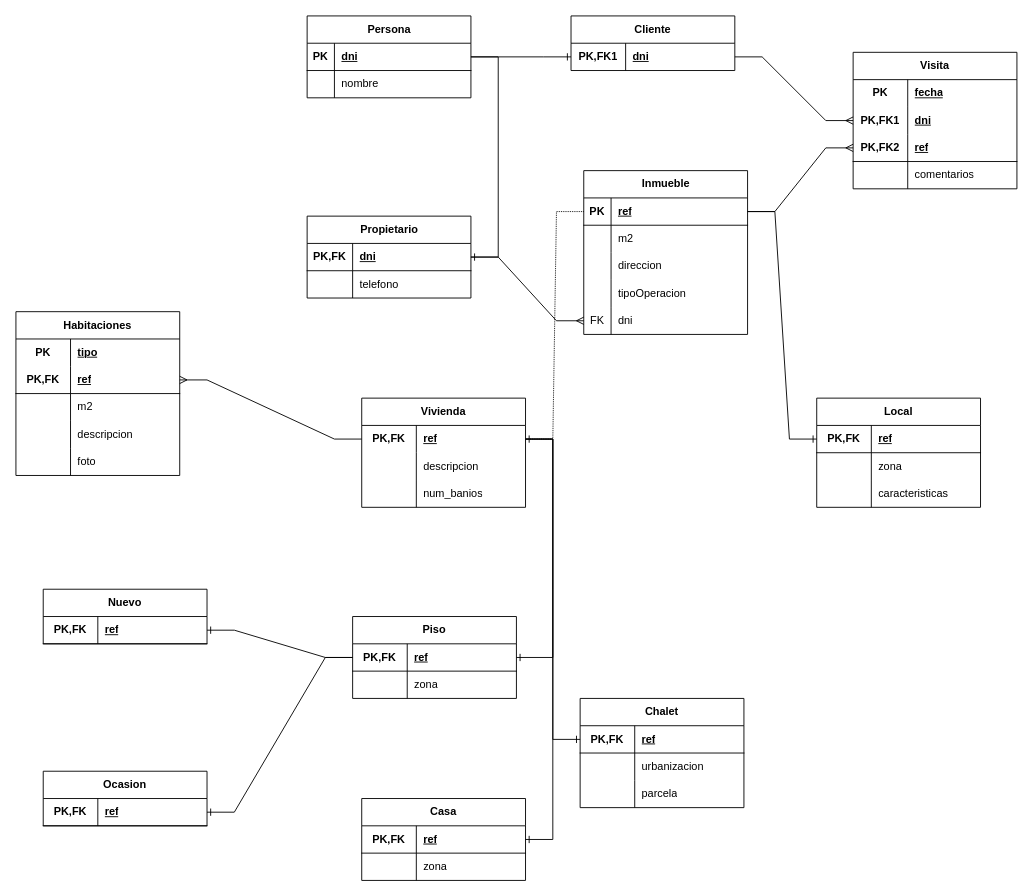
Before: Base de Datos/UD7/DIAGRAMAS/Ejercicio6.drawio in GonzalezCortesSergio/Sergio_Gonzalez_Cortes, a draw.io diagram. Source tidied: cells renumbered, new cells numbered last; positions are measured from the earlier drawing's top-left corner, leaving out a move shared by most shapes. Both pictures are drawn from the tidied source at 91%, with x=0, y=0 at pixel (15, 15).
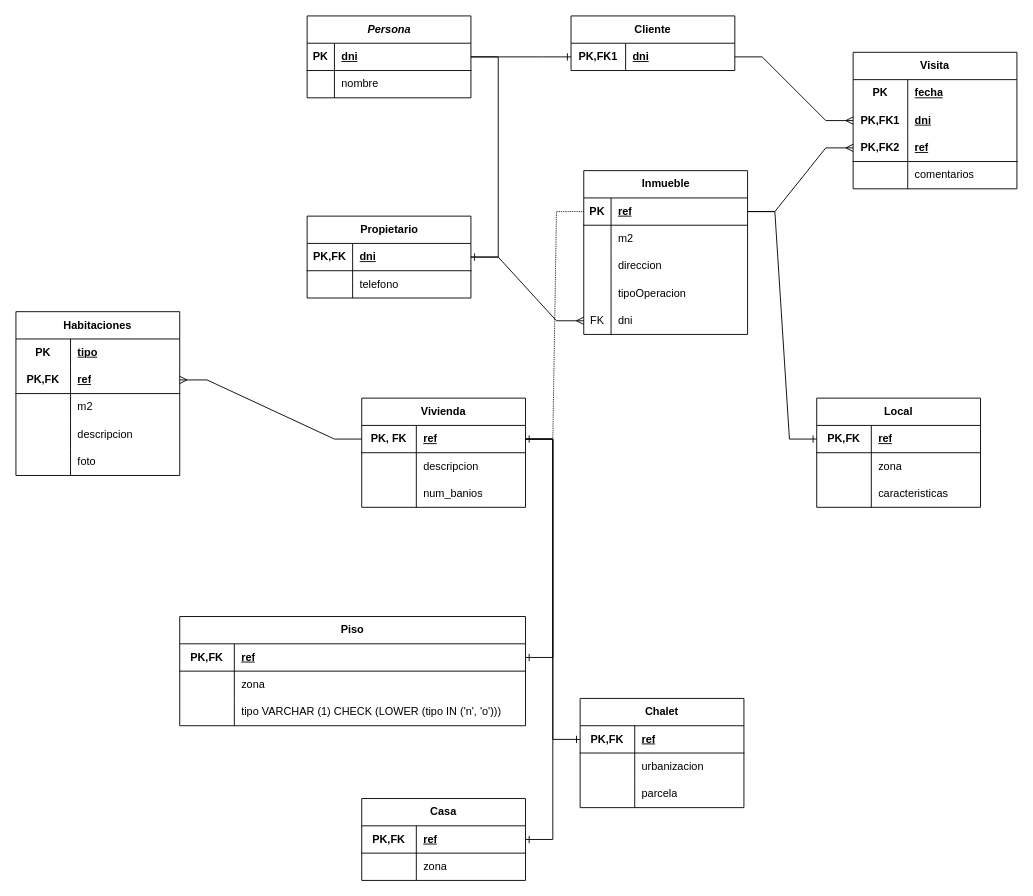
Above is the later version.

Commit message (it also covers changes not shown here):
Arreglitos en los diagramas del ejercicio 6 de BDD y examen de entornos de desarrollo UD4

The change refers to these unchanged cells:
```xml
<mxCell id="23" style="shape=tableRow;horizontal=0;startSize=0;swimlaneHead=0;swimlaneBody=0;fillColor=none;points=[[0,0.5],[1,0.5]];portConstraint=eastwest;top=0;left=0;right=0;bottom=1;" parent="22" vertex="1">
  <mxGeometry y="30" width="180" height="30" as="geometry" />
</mxCell>
<mxCell id="54" value="Vivienda" style="shape=table;startSize=30;childLayout=tableLayout;rowLines=0;fontStyle=1;align=center;html=1;whiteSpace=wrap;" parent="1" vertex="1">
  <mxGeometry x="380" y="420" width="180" height="120" as="geometry" />
</mxCell>
<mxCell id="80" style="shape=tableRow;horizontal=0;startSize=0;swimlaneHead=0;swimlaneBody=0;fillColor=none;points=[[0,0.5],[1,0.5]];portConstraint=eastwest;top=0;left=0;right=0;bottom=1;html=1;" parent="76" vertex="1">
  <mxGeometry y="60" width="180" height="30" as="geometry" />
</mxCell>
<mxCell id="101" style="shape=tableRow;horizontal=0;startSize=0;swimlaneHead=0;swimlaneBody=0;fillColor=none;points=[[0,0.5],[1,0.5]];portConstraint=eastwest;top=0;left=0;right=0;bottom=1;html=1;" parent="100" vertex="1">
  <mxGeometry y="30" width="180" height="30" as="geometry" />
</mxCell>
<mxCell id="108" style="shape=tableRow;horizontal=0;startSize=0;swimlaneHead=0;swimlaneBody=0;fillColor=none;points=[[0,0.5],[1,0.5]];portConstraint=eastwest;top=0;left=0;right=0;bottom=1;html=1;" parent="107" vertex="1">
  <mxGeometry y="30" width="180" height="30" as="geometry" />
</mxCell>
```

The edit, as a diff of the source:
```diff
@@
-    <mxCell id="2" value="Persona" style="shape=table;startSize=30;childLayout=tableLayout;rowLines=0;fontStyle=1;align=center;html=1;" parent="1" vertex="1">
+    <mxCell id="2" value="&lt;i&gt;Persona&lt;/i&gt;" style="shape=table;startSize=30;childLayout=tableLayout;rowLines=0;fontStyle=1;align=center;html=1;" parent="1" vertex="1">
       <mxGeometry x="320" width="180" height="90" as="geometry" />
     </mxCell>
@@
-    <mxCell id="55" style="shape=tableRow;horizontal=0;startSize=0;swimlaneHead=0;swimlaneBody=0;fillColor=none;points=[[0,0.5],[1,0.5]];portConstraint=eastwest;top=0;left=0;right=0;bottom=0;html=1;swimlaneLine=1;swimlaneFillColor=none;strokeColor=default;" parent="54" vertex="1">
-      <mxGeometry y="30" width="180" height="30" as="geometry" />
-    </mxCell>
-    <mxCell id="56" value="PK,FK" style="shape=partialRectangle;fillColor=none;top=0;left=0;bottom=0;right=0;fontStyle=1;overflow=hidden;html=1;whiteSpace=wrap;" parent="55" vertex="1">
-      <mxGeometry width="60" height="30" as="geometry" />
-    </mxCell>
-    <mxCell id="57" value="ref" style="shape=partialRectangle;fillColor=none;top=0;left=0;bottom=0;right=0;align=left;spacingLeft=6;fontStyle=5;overflow=hidden;html=1;whiteSpace=wrap;" parent="55" vertex="1">
-      <mxGeometry x="60" width="120" height="30" as="geometry" />
-    </mxCell>
+    <mxCell id="130" style="shape=tableRow;horizontal=0;startSize=0;swimlaneHead=0;swimlaneBody=0;fillColor=none;points=[[0,0.5],[1,0.5]];portConstraint=eastwest;top=0;left=0;right=0;bottom=1;" parent="54" vertex="1">
+      <mxGeometry y="30" width="180" height="30" as="geometry" />
+    </mxCell>
+    <mxCell id="131" value="PK, FK" style="shape=partialRectangle;fillColor=none;top=0;left=0;bottom=0;right=0;fontStyle=1;overflow=hidden;whiteSpace=wrap;html=1;" parent="130" vertex="1">
+      <mxGeometry width="60" height="30" as="geometry" />
+    </mxCell>
+    <mxCell id="132" value="ref" style="shape=partialRectangle;fillColor=none;top=0;left=0;bottom=0;right=0;align=left;spacingLeft=6;fontStyle=5;overflow=hidden;whiteSpace=wrap;html=1;" parent="130" vertex="1">
+      <mxGeometry x="60" width="120" height="30" as="geometry" />
+    </mxCell>
@@
-    <mxCell id="74" style="edgeStyle=entityRelationEdgeStyle;fontSize=12;html=1;endArrow=ERone;endFill=1;rounded=0;dashed=1;dashPattern=1 1;" parent="1" edge="1" source="23" target="55">
+    <mxCell id="74" style="edgeStyle=entityRelationEdgeStyle;fontSize=12;html=1;endArrow=ERone;endFill=1;rounded=0;dashed=1;dashPattern=1 1;" parent="1" edge="1" source="23" target="130">
       <mxGeometry relative="1" as="geometry" />
     </mxCell>
@@
-    <mxCell id="92" style="edgeStyle=entityRelationEdgeStyle;fontSize=12;html=1;endArrow=ERmany;rounded=0;" parent="1" edge="1" source="55" target="80">
+    <mxCell id="92" style="edgeStyle=entityRelationEdgeStyle;fontSize=12;html=1;endArrow=ERmany;rounded=0;" parent="1" edge="1" source="130" target="80">
       <mxGeometry relative="1" as="geometry" />
     </mxCell>
     <mxCell id="93" value="Piso" style="shape=table;startSize=30;childLayout=tableLayout;rowLines=0;fontStyle=1;align=center;html=1;whiteSpace=wrap;" parent="1" vertex="1">
-      <mxGeometry x="370" y="660" width="180" height="90" as="geometry" />
+      <mxGeometry x="180" y="660" width="380" height="120" as="geometry" />
     </mxCell>
     <mxCell id="94" style="shape=tableRow;horizontal=0;startSize=0;swimlaneHead=0;swimlaneBody=0;fillColor=none;points=[[0,0.5],[1,0.5]];portConstraint=eastwest;top=0;left=0;right=0;bottom=1;html=1;" parent="93" vertex="1">
-      <mxGeometry y="30" width="180" height="30" as="geometry" />
+      <mxGeometry y="30" width="380" height="30" as="geometry" />
     </mxCell>
@@
     <mxCell id="96" value="ref" style="shape=partialRectangle;fillColor=none;top=0;left=0;bottom=0;right=0;align=left;spacingLeft=6;fontStyle=5;overflow=hidden;html=1;whiteSpace=wrap;" parent="94" vertex="1">
-      <mxGeometry x="60" width="120" height="30" as="geometry" />
+      <mxGeometry x="60" width="320" height="30" as="geometry" />
     </mxCell>
     <mxCell id="97" style="shape=tableRow;horizontal=0;startSize=0;swimlaneHead=0;swimlaneBody=0;fillColor=none;top=0;left=0;right=0;bottom=0;html=1;" parent="93" vertex="1">
-      <mxGeometry y="60" width="180" height="30" as="geometry" />
+      <mxGeometry y="60" width="380" height="30" as="geometry" />
     </mxCell>
@@
     <mxCell id="99" value="zona" style="shape=partialRectangle;fillColor=none;top=0;left=0;bottom=0;right=0;align=left;spacingLeft=6;overflow=hidden;html=1;whiteSpace=wrap;" parent="97" vertex="1">
-      <mxGeometry x="60" width="120" height="30" as="geometry" />
+      <mxGeometry x="60" width="320" height="30" as="geometry" />
     </mxCell>
+    <mxCell id="133" style="shape=tableRow;horizontal=0;startSize=0;swimlaneHead=0;swimlaneBody=0;fillColor=none;top=0;left=0;right=0;bottom=0;html=1;" parent="93" vertex="1">
+      <mxGeometry y="90" width="380" height="30" as="geometry" />
+    </mxCell>
+    <mxCell id="134" style="shape=partialRectangle;fillColor=none;top=0;left=0;bottom=0;right=0;overflow=hidden;html=1;whiteSpace=wrap;" parent="133" vertex="1">
+      <mxGeometry width="60" height="30" as="geometry" />
+    </mxCell>
+    <mxCell id="135" value="tipo VARCHAR (1) CHECK (LOWER (tipo IN ('n', 'o')))" style="shape=partialRectangle;fillColor=none;top=0;left=0;bottom=0;right=0;align=left;spacingLeft=6;overflow=hidden;html=1;whiteSpace=wrap;" parent="133" vertex="1">
+      <mxGeometry x="60" width="320" height="30" as="geometry" />
+    </mxCell>
@@
-    <mxCell id="117" style="edgeStyle=entityRelationEdgeStyle;fontSize=12;html=1;endArrow=ERone;endFill=1;rounded=0;" parent="1" edge="1" source="55" target="101">
+    <mxCell id="117" style="edgeStyle=entityRelationEdgeStyle;fontSize=12;html=1;endArrow=ERone;endFill=1;rounded=0;" parent="1" edge="1" source="130" target="101">
       <mxGeometry relative="1" as="geometry" />
     </mxCell>
-    <mxCell id="118" style="edgeStyle=entityRelationEdgeStyle;fontSize=12;html=1;endArrow=ERone;endFill=1;rounded=0;" parent="1" edge="1" source="55" target="94">
+    <mxCell id="118" style="edgeStyle=entityRelationEdgeStyle;fontSize=12;html=1;endArrow=ERone;endFill=1;rounded=0;" parent="1" edge="1" source="130" target="94">
       <mxGeometry relative="1" as="geometry" />
     </mxCell>
-    <mxCell id="119" style="edgeStyle=entityRelationEdgeStyle;fontSize=12;html=1;endArrow=ERone;endFill=1;rounded=0;" parent="1" edge="1" source="55" target="108">
+    <mxCell id="119" style="edgeStyle=entityRelationEdgeStyle;fontSize=12;html=1;endArrow=ERone;endFill=1;rounded=0;" parent="1" edge="1" source="130" target="108">
       <mxGeometry relative="1" as="geometry" />
     </mxCell>
-    <mxCell id="120" value="Ocasion" style="shape=table;startSize=30;childLayout=tableLayout;rowLines=0;fontStyle=1;align=center;html=1;whiteSpace=wrap;" parent="1" vertex="1">
-      <mxGeometry x="30" y="830" width="180" height="60" as="geometry" />
-    </mxCell>
-    <mxCell id="121" style="shape=tableRow;horizontal=0;startSize=0;swimlaneHead=0;swimlaneBody=0;fillColor=none;points=[[0,0.5],[1,0.5]];portConstraint=eastwest;top=0;left=0;right=0;bottom=1;html=1;" parent="120" vertex="1">
-      <mxGeometry y="30" width="180" height="30" as="geometry" />
-    </mxCell>
-    <mxCell id="122" value="PK,FK" style="shape=partialRectangle;fillColor=none;top=0;left=0;bottom=0;right=0;fontStyle=1;overflow=hidden;html=1;whiteSpace=wrap;" parent="121" vertex="1">
-      <mxGeometry width="60" height="30" as="geometry" />
-    </mxCell>
-    <mxCell id="123" value="ref" style="shape=partialRectangle;fillColor=none;top=0;left=0;bottom=0;right=0;align=left;spacingLeft=6;fontStyle=5;overflow=hidden;html=1;whiteSpace=wrap;" parent="121" vertex="1">
-      <mxGeometry x="60" width="120" height="30" as="geometry" />
-    </mxCell>
-    <mxCell id="124" value="Nuevo" style="shape=table;startSize=30;childLayout=tableLayout;rowLines=0;fontStyle=1;align=center;html=1;whiteSpace=wrap;" parent="1" vertex="1">
-      <mxGeometry x="30" y="630" width="180" height="60" as="geometry" />
-    </mxCell>
-    <mxCell id="125" style="shape=tableRow;horizontal=0;startSize=0;swimlaneHead=0;swimlaneBody=0;fillColor=none;points=[[0,0.5],[1,0.5]];portConstraint=eastwest;top=0;left=0;right=0;bottom=1;html=1;" parent="124" vertex="1">
-      <mxGeometry y="30" width="180" height="30" as="geometry" />
-    </mxCell>
-    <mxCell id="126" value="PK,FK" style="shape=partialRectangle;fillColor=none;top=0;left=0;bottom=0;right=0;fontStyle=1;overflow=hidden;html=1;whiteSpace=wrap;" parent="125" vertex="1">
-      <mxGeometry width="60" height="30" as="geometry" />
-    </mxCell>
-    <mxCell id="127" value="ref" style="shape=partialRectangle;fillColor=none;top=0;left=0;bottom=0;right=0;align=left;spacingLeft=6;fontStyle=5;overflow=hidden;html=1;whiteSpace=wrap;" parent="125" vertex="1">
-      <mxGeometry x="60" width="120" height="30" as="geometry" />
-    </mxCell>
-    <mxCell id="128" style="edgeStyle=entityRelationEdgeStyle;fontSize=12;html=1;endArrow=ERone;endFill=1;rounded=0;" parent="1" edge="1" source="94" target="125">
-      <mxGeometry relative="1" as="geometry" />
-    </mxCell>
-    <mxCell id="129" style="edgeStyle=entityRelationEdgeStyle;fontSize=12;html=1;endArrow=ERone;endFill=1;rounded=0;" parent="1" edge="1" source="94" target="121">
-      <mxGeometry relative="1" as="geometry" />
-    </mxCell>
```
